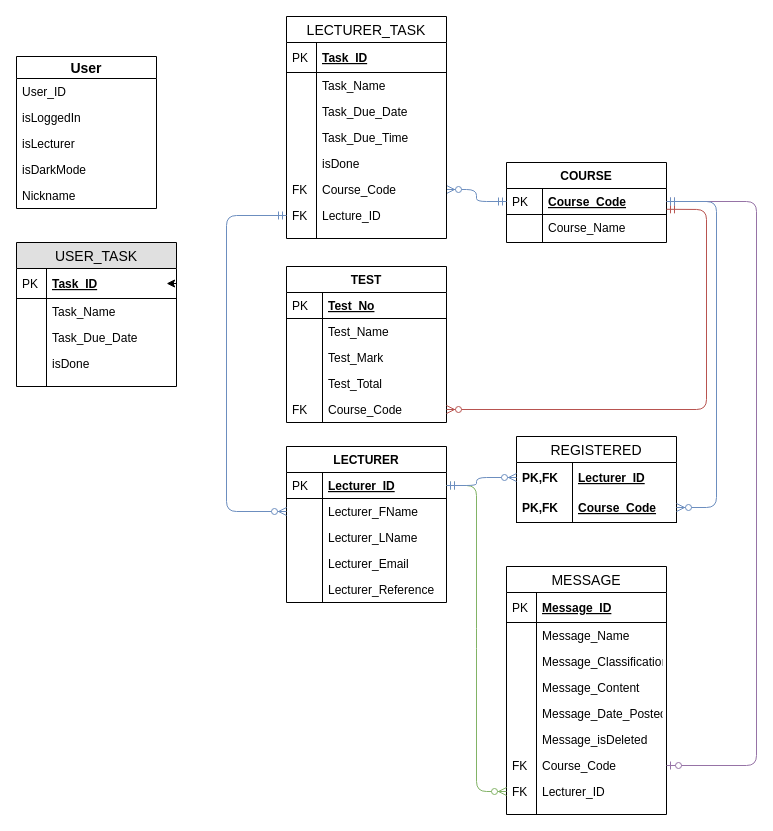
Earlier version of the draw.io diagram Other/ERDS/LocalIntialERD.drawio (Arneev/LecTrac). Source tidied: cells renumbered, new cells numbered last; positions are measured from the earlier drawing's top-left corner, leaving out a move shared by most shapes. Both pictures are drawn from the tidied source at 100%, with x=0, y=0 at pixel (16, 16).
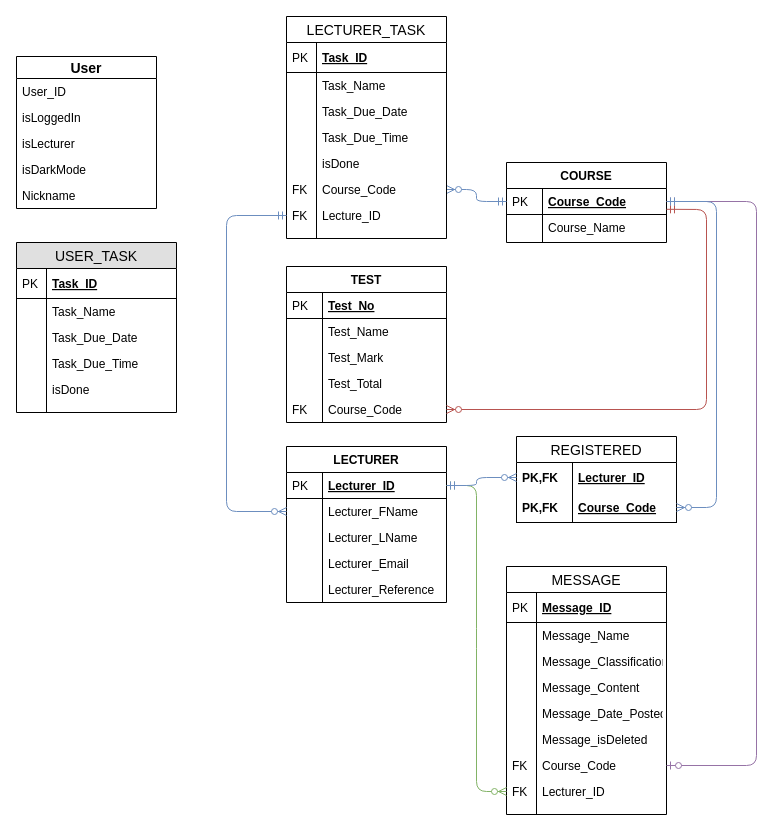
After the change.

The change refers to these unchanged cells:
```xml
<mxCell id="79" value="Task_ID" style="shape=partialRectangle;top=0;left=0;right=0;bottom=1;align=left;verticalAlign=middle;fillColor=none;spacingLeft=34;spacingRight=4;overflow=hidden;points=[[0,0.5],[1,0.5]];portConstraint=eastwest;fontStyle=5;fontSize=12;" parent="78" vertex="1">
  <mxGeometry y="26" width="160" height="30" as="geometry" />
</mxCell>
```

Diff of the diagram source:
```diff
@@
     <mxCell id="78" value="USER_TASK" style="swimlane;fontStyle=0;horizontal=1;startSize=26;fillColor=#e0e0e0;swimlaneFillColor=#ffffff;align=center;fontSize=14;strokeColor=#000000;" parent="1" vertex="1">
-      <mxGeometry y="226" width="160" height="144" as="geometry" />
+      <mxGeometry y="226" width="160" height="170" as="geometry" />
     </mxCell>
@@
+    <mxCell id="97" value="Task_Due_Time&#10;" style="shape=partialRectangle;top=0;left=0;right=0;bottom=0;align=left;verticalAlign=top;fillColor=none;spacingLeft=34;spacingRight=4;overflow=hidden;fontSize=12;" parent="78" vertex="1">
+      <mxGeometry y="108" width="160" height="26" as="geometry" />
+    </mxCell>
+    <mxCell id="98" style="shape=partialRectangle;top=0;left=0;bottom=0;fillColor=none;align=left;verticalAlign=top;spacingLeft=4;spacingRight=4;overflow=hidden;fontSize=12;" parent="97" vertex="1">
+      <mxGeometry width="30" height="26" as="geometry" />
+    </mxCell>
     <mxCell id="85" value="isDone" style="shape=partialRectangle;top=0;left=0;right=0;bottom=0;align=left;verticalAlign=top;fillColor=none;spacingLeft=34;spacingRight=4;overflow=hidden;fontSize=12;" parent="78" vertex="1">
-      <mxGeometry y="108" width="160" height="26" as="geometry" />
+      <mxGeometry y="134" width="160" height="26" as="geometry" />
     </mxCell>
@@
     <mxCell id="87" style="shape=partialRectangle;top=0;left=0;right=0;bottom=0;align=left;verticalAlign=top;fillColor=none;spacingLeft=34;spacingRight=4;overflow=hidden;fontSize=12;" parent="78" vertex="1">
-      <mxGeometry y="134" width="160" height="10" as="geometry" />
+      <mxGeometry y="160" width="160" height="10" as="geometry" />
     </mxCell>
@@
-    <mxCell id="89" style="edgeStyle=orthogonalEdgeStyle;rounded=0;orthogonalLoop=1;jettySize=auto;html=1;exitX=1;exitY=0.5;exitDx=0;exitDy=0;entryX=0.938;entryY=0.5;entryDx=0;entryDy=0;entryPerimeter=0;" parent="78" edge="1" source="79" target="79">
-      <mxGeometry relative="1" as="geometry" />
-    </mxCell>
```
